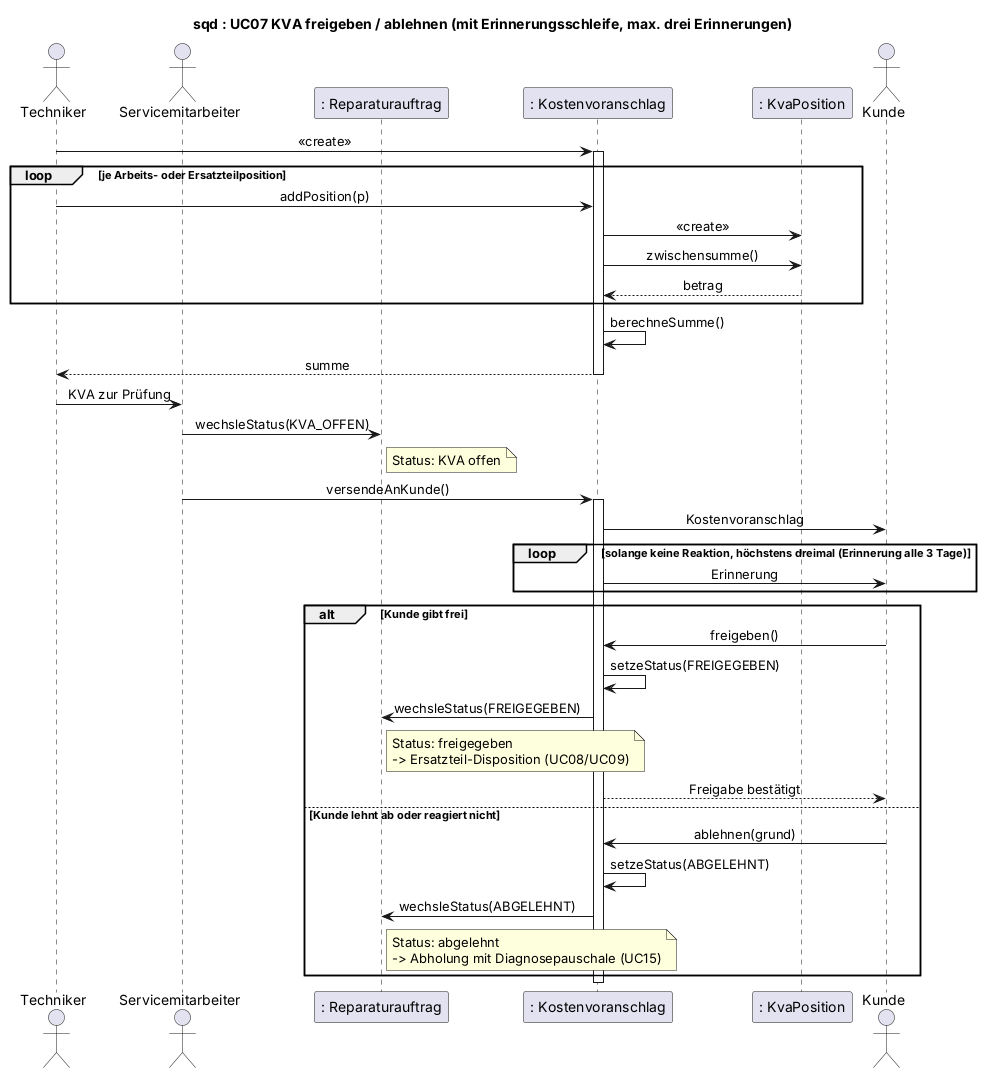
Before: uml/sequenz-02-kva-freigabe.png, a diagram exported from PlantUML (jakobschwan123-cmd/casestudy-semester-3).
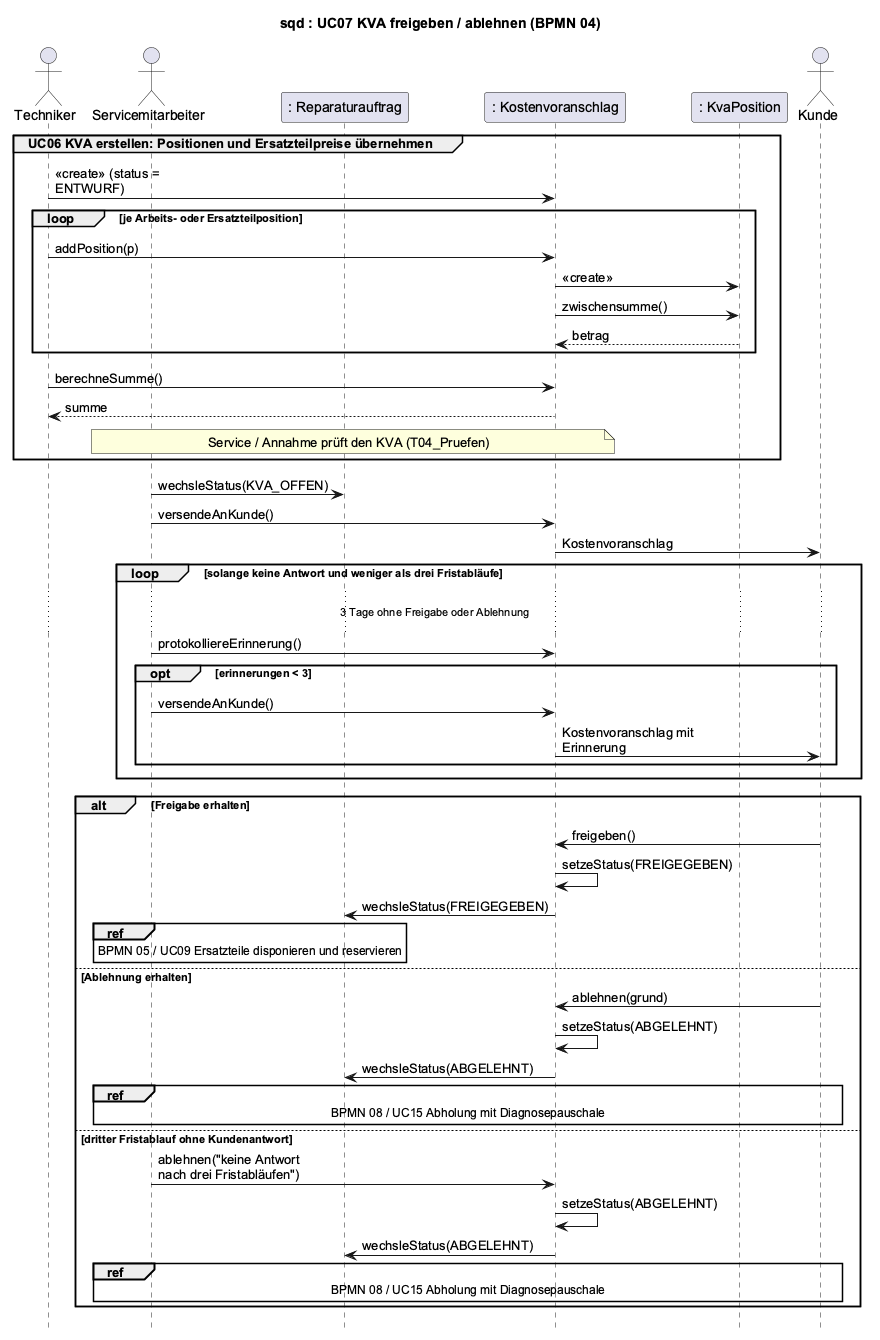
The same diagram one commit later.

Diff of the diagram source:
```diff
@@ -1,7 +1,10 @@
 @startuml
-title sqd : UC07 KVA freigeben / ablehnen (mit Erinnerungsschleife, max. drei Erinnerungen)
+title sqd : UC07 KVA freigeben / ablehnen (BPMN 04)
 skinparam defaultFontName Arial
-skinparam sequenceMessageAlign center
+skinparam sequenceMessageAlign left
+skinparam maxMessageSize 160
+hide footbox
+
 actor Techniker
 actor Servicemitarbeiter as SM
 participant ": Reparaturauftrag" as RA
@@ -9,38 +12,43 @@
 participant ": KvaPosition" as POS
 actor Kunde
 
-Techniker -> KVA : <<create>>
-activate KVA
+group UC06 KVA erstellen: Positionen und Ersatzteilpreise übernehmen
+Techniker -> KVA : <<create>> (status = ENTWURF)
 loop je Arbeits- oder Ersatzteilposition
     Techniker -> KVA : addPosition(p)
     KVA -> POS : <<create>>
     KVA -> POS : zwischensumme()
     POS --> KVA : betrag
 end
-KVA -> KVA : berechneSumme()
+Techniker -> KVA : berechneSumme()
 KVA --> Techniker : summe
-deactivate KVA
-
-Techniker -> SM : KVA zur Prüfung
+note over SM, KVA : Service / Annahme prüft den KVA (T04_Pruefen)
+end
 SM -> RA : wechsleStatus(KVA_OFFEN)
-note right of RA : Status: KVA offen
 SM -> KVA : versendeAnKunde()
-activate KVA
 KVA -> Kunde : Kostenvoranschlag
-loop solange keine Reaktion, höchstens dreimal (Erinnerung alle 3 Tage)
-    KVA -> Kunde : Erinnerung
+loop solange keine Antwort und weniger als drei Fristabläufe
+    ... 3 Tage ohne Freigabe oder Ablehnung ...
+    SM -> KVA : protokolliereErinnerung()
+    opt erinnerungen < 3
+        SM -> KVA : versendeAnKunde()
+        KVA -> Kunde : Kostenvoranschlag mit Erinnerung
+    end
 end
-alt Kunde gibt frei
+alt Freigabe erhalten
     Kunde -> KVA : freigeben()
     KVA -> KVA : setzeStatus(FREIGEGEBEN)
     KVA -> RA : wechsleStatus(FREIGEGEBEN)
-    note right of RA : Status: freigegeben\n-> Ersatzteil-Disposition (UC08/UC09)
-    KVA --> Kunde : Freigabe bestätigt
-else Kunde lehnt ab oder reagiert nicht
+    ref over SM, RA : BPMN 05 / UC09 Ersatzteile disponieren und reservieren
+else Ablehnung erhalten
     Kunde -> KVA : ablehnen(grund)
     KVA -> KVA : setzeStatus(ABGELEHNT)
     KVA -> RA : wechsleStatus(ABGELEHNT)
-    note right of RA : Status: abgelehnt\n-> Abholung mit Diagnosepauschale (UC15)
+    ref over SM, RA, Kunde : BPMN 08 / UC15 Abholung mit Diagnosepauschale
+else dritter Fristablauf ohne Kundenantwort
+    SM -> KVA : ablehnen("keine Antwort nach drei Fristabläufen")
+    KVA -> KVA : setzeStatus(ABGELEHNT)
+    KVA -> RA : wechsleStatus(ABGELEHNT)
+    ref over SM, RA, Kunde : BPMN 08 / UC15 Abholung mit Diagnosepauschale
 end
-deactivate KVA
 @enduml
```
